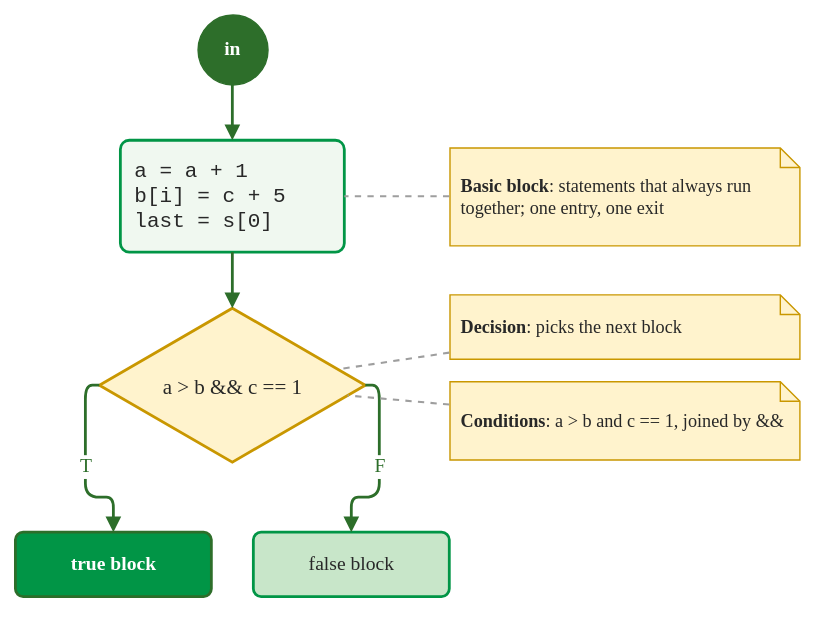
Above: content/verif/coverage/decision-anatomy.svg in sqrbok/sqrbok-preview (draw.io), before the change. Source tidied: cells renumbered, new cells last; positions are measured from the earlier drawing's top-left corner, leaving out a move shared by most shapes. Its diagram source:
```xml
<mxGraphModel>
  <root>
    <mxCell id="0" />
    <mxCell id="1" parent="0" />
    <mxCell id="2" value="in" style="ellipse;whiteSpace=wrap;html=1;fillColor=#2D6E2A;strokeColor=#2D6E2A;fontColor=#FFFFFF;fontStyle=1;fontFamily=Tahoma;fontSize=14;" parent="1" vertex="1">
      <mxGeometry x="130" width="50" height="50" as="geometry" />
    </mxCell>
    <mxCell id="3" value="a = a + 1&lt;br&gt;b[i] = c + 5&lt;br&gt;last = s[0]" style="rounded=1;whiteSpace=wrap;html=1;arcSize=8;fillColor=#f0f8f0;strokeColor=#019546;strokeWidth=2;fontColor=#282828;fontFamily=Courier New;align=left;spacingLeft=8;fontSize=15;" parent="1" vertex="1">
      <mxGeometry x="75" y="90" width="160" height="80" as="geometry" />
    </mxCell>
    <mxCell id="4" value="a &amp;gt; b &amp;amp;&amp;amp; c == 1" style="rhombus;whiteSpace=wrap;html=1;fillColor=#fff3cd;strokeColor=#c99700;strokeWidth=2;fontColor=#282828;fontFamily=Tahoma;fontSize=15;" parent="1" vertex="1">
      <mxGeometry x="60" y="210" width="190" height="110" as="geometry" />
    </mxCell>
    <mxCell id="5" value="true block" style="rounded=1;whiteSpace=wrap;html=1;arcSize=12;fillColor=#019546;strokeColor=#2D6E2A;strokeWidth=2;fontColor=#FFFFFF;fontStyle=1;fontFamily=Tahoma;fontSize=14;" parent="1" vertex="1">
      <mxGeometry y="370" width="140" height="46" as="geometry" />
    </mxCell>
    <mxCell id="6" value="false block" style="rounded=1;whiteSpace=wrap;html=1;arcSize=12;fillColor=#c8e6c9;strokeColor=#019546;strokeWidth=2;fontColor=#282828;fontFamily=Tahoma;fontSize=14;" parent="1" vertex="1">
      <mxGeometry x="170" y="370" width="140" height="46" as="geometry" />
    </mxCell>
    <mxCell id="7" style="endArrow=block;endFill=1;strokeColor=#2D6E2A;strokeWidth=2;fontColor=#2D6E2A;fontFamily=Tahoma;fontSize=14;html=1;labelBackgroundColor=#FFFFFF;edgeStyle=orthogonalEdgeStyle;rounded=1;" parent="1" edge="1" source="2" target="3">
      <mxGeometry relative="1" as="geometry" />
    </mxCell>
    <mxCell id="8" style="endArrow=block;endFill=1;strokeColor=#2D6E2A;strokeWidth=2;fontColor=#2D6E2A;fontFamily=Tahoma;fontSize=14;html=1;labelBackgroundColor=#FFFFFF;edgeStyle=orthogonalEdgeStyle;rounded=1;" parent="1" edge="1" source="3" target="4">
      <mxGeometry relative="1" as="geometry" />
    </mxCell>
    <mxCell id="9" value="T" style="endArrow=block;endFill=1;strokeColor=#2D6E2A;strokeWidth=2;fontColor=#2D6E2A;fontFamily=Tahoma;fontSize=14;html=1;labelBackgroundColor=#FFFFFF;edgeStyle=orthogonalEdgeStyle;rounded=1;exitX=0;exitY=0.5;entryX=0.5;entryY=0;" parent="1" edge="1" source="4" target="5">
      <mxGeometry relative="1" as="geometry" />
    </mxCell>
    <mxCell id="10" value="F" style="endArrow=block;endFill=1;strokeColor=#2D6E2A;strokeWidth=2;fontColor=#2D6E2A;fontFamily=Tahoma;fontSize=14;html=1;labelBackgroundColor=#FFFFFF;edgeStyle=orthogonalEdgeStyle;rounded=1;exitX=1;exitY=0.5;entryX=0.5;entryY=0;" parent="1" edge="1" source="4" target="6">
      <mxGeometry relative="1" as="geometry" />
    </mxCell>
    <mxCell id="11" value="&lt;b&gt;Basic block&lt;/b&gt;: statements that always run together; one entry, one exit" style="shape=note;whiteSpace=wrap;html=1;size=14;fillColor=#fff3cd;strokeColor=#c99700;fontColor=#282828;align=left;spacingLeft=6;fontFamily=Tahoma;fontSize=13;" parent="1" vertex="1">
      <mxGeometry x="310" y="95" width="250" height="70" as="geometry" />
    </mxCell>
    <mxCell id="12" value="&lt;b&gt;Decision&lt;/b&gt;: picks the next block" style="shape=note;whiteSpace=wrap;html=1;size=14;fillColor=#fff3cd;strokeColor=#c99700;fontColor=#282828;align=left;spacingLeft=6;fontFamily=Tahoma;fontSize=13;" parent="1" vertex="1">
      <mxGeometry x="310" y="200" width="250" height="46" as="geometry" />
    </mxCell>
    <mxCell id="13" value="&lt;b&gt;Conditions&lt;/b&gt;: a &amp;gt; b  and  c == 1, joined by &amp;amp;&amp;amp;" style="shape=note;whiteSpace=wrap;html=1;size=14;fillColor=#fff3cd;strokeColor=#c99700;fontColor=#282828;align=left;spacingLeft=6;fontFamily=Tahoma;fontSize=13;" parent="1" vertex="1">
      <mxGeometry x="310" y="262" width="250" height="56" as="geometry" />
    </mxCell>
    <mxCell id="14" style="endArrow=none;strokeColor=#9e9e9e;strokeWidth=1.5;dashed=1;fontFamily=Tahoma;fontSize=14;html=1;labelBackgroundColor=#FFFFFF;" parent="1" edge="1" source="11" target="3">
      <mxGeometry relative="1" as="geometry" />
    </mxCell>
    <mxCell id="15" style="endArrow=none;strokeColor=#9e9e9e;strokeWidth=1.5;dashed=1;fontFamily=Tahoma;fontSize=14;html=1;labelBackgroundColor=#FFFFFF;" parent="1" edge="1" source="12" target="4">
      <mxGeometry relative="1" as="geometry" />
    </mxCell>
    <mxCell id="16" style="endArrow=none;strokeColor=#9e9e9e;strokeWidth=1.5;dashed=1;fontFamily=Tahoma;fontSize=14;html=1;labelBackgroundColor=#FFFFFF;" parent="1" edge="1" source="13" target="4">
      <mxGeometry relative="1" as="geometry" />
    </mxCell>
  </root>
</mxGraphModel>
```
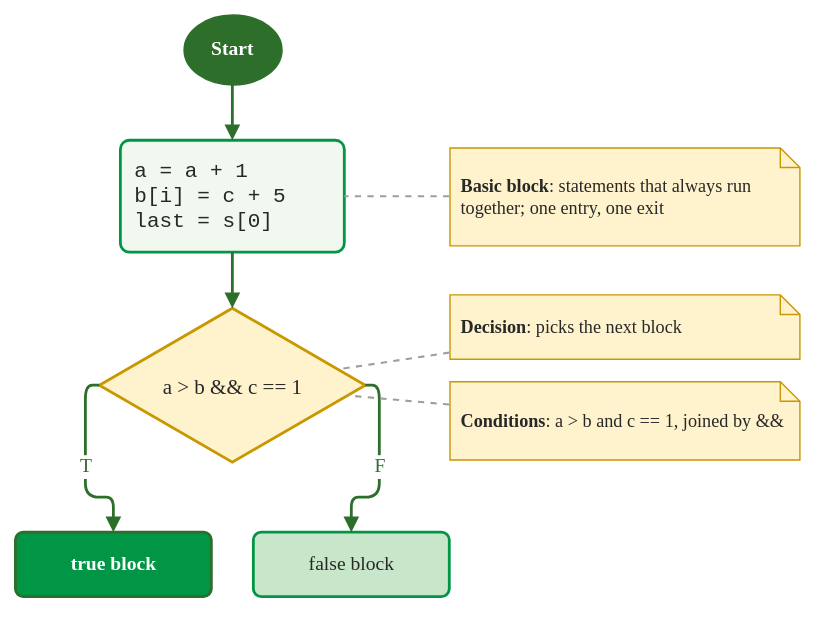
The same diagram one commit later.

The edit, as a diff of the source:
```diff
@@ -2,8 +2,8 @@
   <root>
     <mxCell id="0" />
     <mxCell id="1" parent="0" />
-    <mxCell id="2" value="in" style="ellipse;whiteSpace=wrap;html=1;fillColor=#2D6E2A;strokeColor=#2D6E2A;fontColor=#FFFFFF;fontStyle=1;fontFamily=Tahoma;fontSize=14;" parent="1" vertex="1">
-      <mxGeometry x="130" width="50" height="50" as="geometry" />
+    <mxCell id="2" value="Start" style="ellipse;whiteSpace=wrap;html=1;fillColor=#2D6E2A;strokeColor=#2D6E2A;fontColor=#FFFFFF;fontStyle=1;fontFamily=Tahoma;fontSize=14;" parent="1" vertex="1">
+      <mxGeometry x="120" width="70" height="50" as="geometry" />
     </mxCell>
     <mxCell id="3" value="a = a + 1&lt;br&gt;b[i] = c + 5&lt;br&gt;last = s[0]" style="rounded=1;whiteSpace=wrap;html=1;arcSize=8;fillColor=#f0f8f0;strokeColor=#019546;strokeWidth=2;fontColor=#282828;fontFamily=Courier New;align=left;spacingLeft=8;fontSize=15;" parent="1" vertex="1">
       <mxGeometry x="75" y="90" width="160" height="80" as="geometry" />
```
